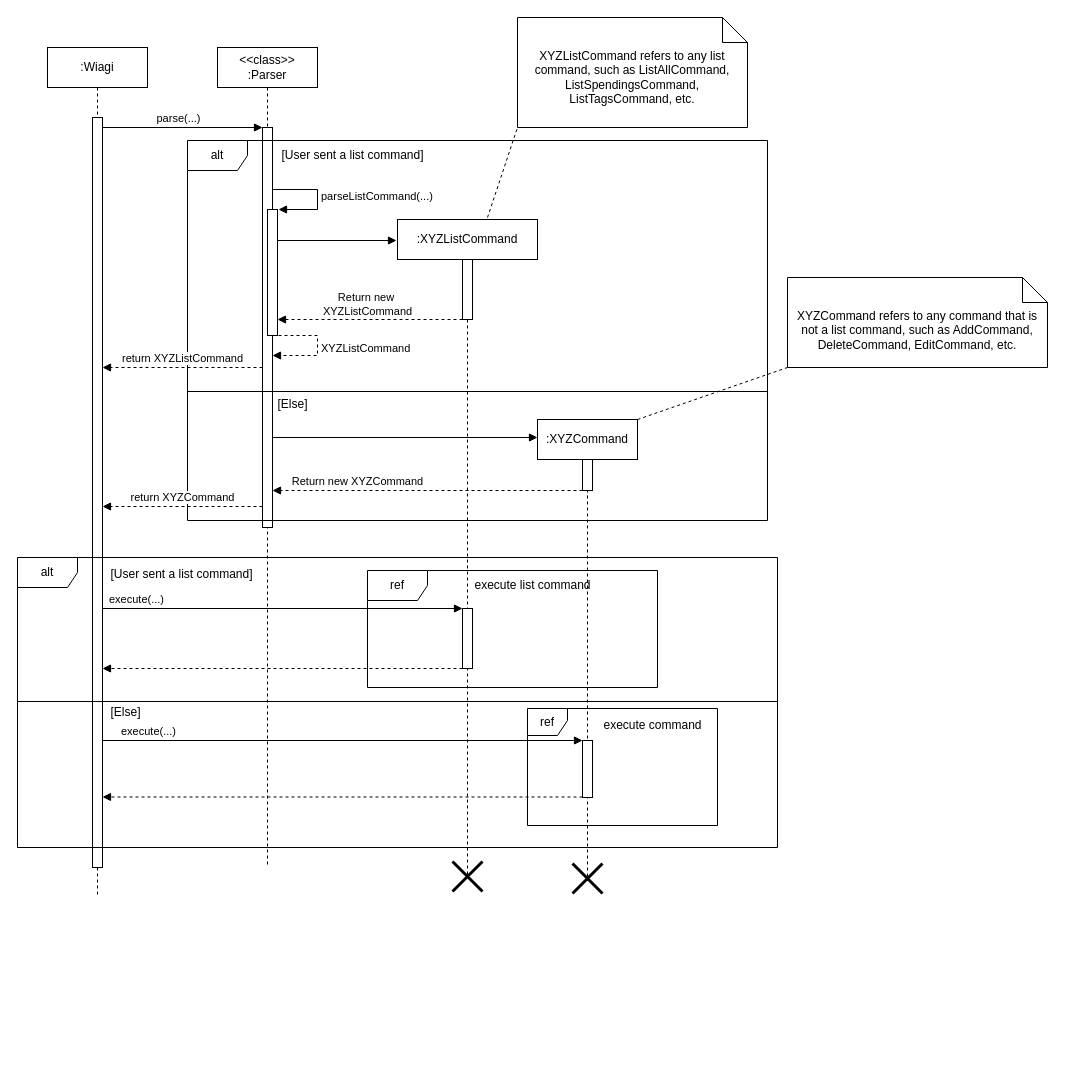
This is docs/Diagrams/commandHandling.drawio from wongwh2002/CS2113TeamProject, a draw.io file, before an edit. Source tidied: cells renumbered, new cells numbered last; positions are measured from the earlier drawing's top-left corner, leaving out a move shared by most shapes. Both pictures are drawn from the tidied source at 100%, with x=0, y=0 at pixel (17, 17).
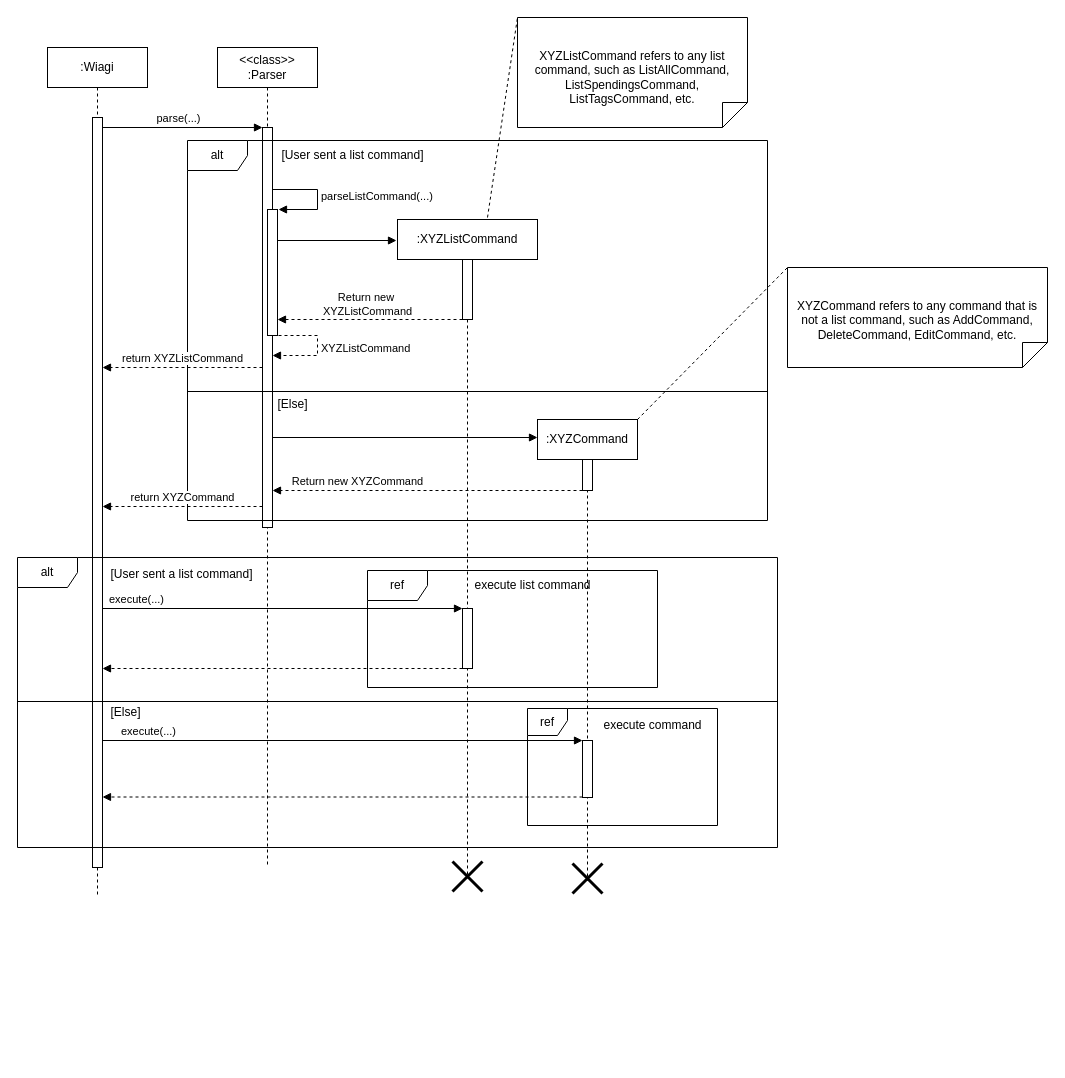
The same page after the edit.

Commit message (it also covers changes not shown here):
Edit commandHandling diagram

Diff of the diagram source:
```diff
@@
-    <mxCell id="43" value="XYZListCommand refers to any list command, such as ListAllCommand, ListSpendingsCommand, ListTagsCommand, etc." style="shape=note2;boundedLbl=1;whiteSpace=wrap;html=1;size=25;verticalAlign=top;align=center;" parent="1" vertex="1">
+    <mxCell id="43" value="XYZListCommand refers to any list command, such as ListAllCommand, ListSpendingsCommand, ListTagsCommand, etc." style="shape=note2;boundedLbl=1;whiteSpace=wrap;html=1;size=25;verticalAlign=top;align=center;flipV=1;" parent="1" vertex="1">
       <mxGeometry x="500" width="230" height="110" as="geometry" />
     </mxCell>
@@
-    <mxCell id="45" value="XYZCommand refers to any command that is not a list command, such as AddCommand, DeleteCommand, EditCommand, etc." style="shape=note2;boundedLbl=1;whiteSpace=wrap;html=1;size=25;verticalAlign=top;align=center;" parent="1" vertex="1">
-      <mxGeometry x="770" y="260" width="260" height="90" as="geometry" />
+    <mxCell id="45" value="XYZCommand refers to any command that is not a list command, such as AddCommand, DeleteCommand, EditCommand, etc." style="shape=note2;boundedLbl=1;whiteSpace=wrap;html=1;size=25;verticalAlign=top;align=center;flipV=1;" parent="1" vertex="1">
+      <mxGeometry x="770" y="250" width="260" height="100" as="geometry" />
     </mxCell>
```
